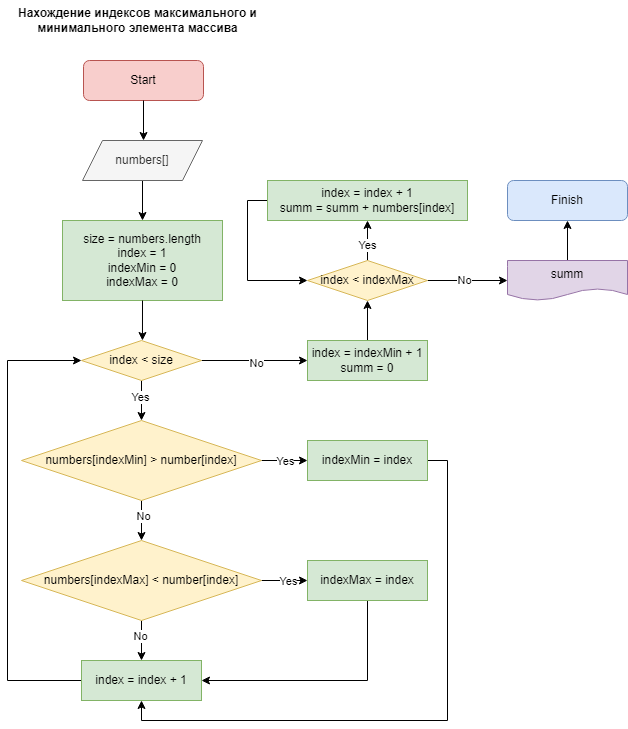
The draw.io diagram T1S2/home3.png in mgrom-dev/gb, before a commit. Source tidied: cells renumbered, new cells last; positions are measured from the earlier drawing's top-left corner, leaving out a move shared by most shapes.
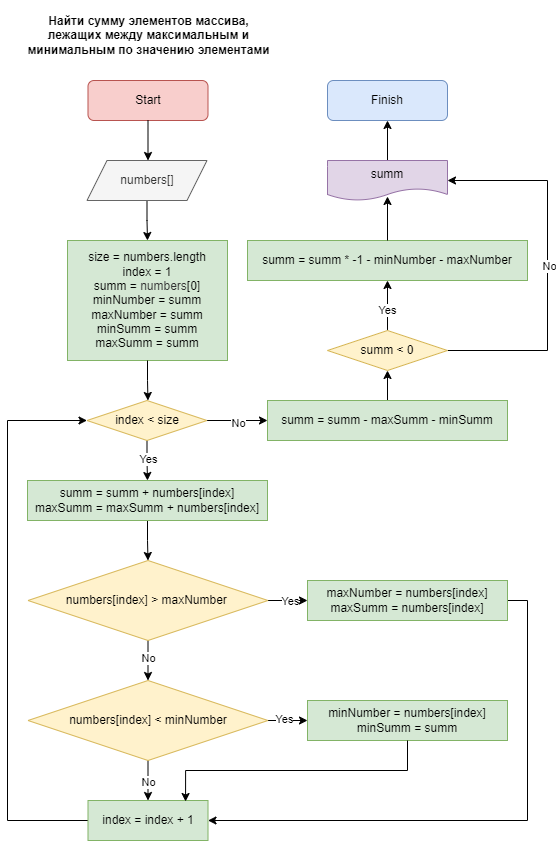
After the commit.

What changed in the source:
```diff
@@ -3,72 +3,57 @@
     <mxCell id="0" />
     <mxCell id="1" parent="0" />
     <mxCell id="2" value="Start" style="rounded=1;whiteSpace=wrap;html=1;fontSize=12;glass=0;strokeWidth=1;shadow=0;fillColor=#f8cecc;strokeColor=#b85450;" parent="1" vertex="1">
-      <mxGeometry x="76" y="60" width="120" height="40" as="geometry" />
+      <mxGeometry x="80.5" y="60" width="120" height="40" as="geometry" />
     </mxCell>
     <mxCell id="3" style="edgeStyle=orthogonalEdgeStyle;rounded=0;jettySize=auto;html=1;" parent="1" edge="1" source="4" target="9">
       <mxGeometry relative="1" as="geometry" />
     </mxCell>
     <mxCell id="4" value="numbers[]" style="shape=parallelogram;perimeter=parallelogramPerimeter;whiteSpace=wrap;html=1;fixedSize=1;fillColor=#f5f5f5;fontColor=#333333;strokeColor=#666666;" parent="1" vertex="1">
-      <mxGeometry x="75" y="140" width="120" height="40" as="geometry" />
+      <mxGeometry x="79.5" y="140" width="120" height="40" as="geometry" />
     </mxCell>
     <mxCell id="5" style="edgeStyle=orthogonalEdgeStyle;rounded=0;jettySize=auto;html=1;exitX=0.5;exitY=0;exitDx=0;exitDy=0;entryX=0.5;entryY=1;entryDx=0;entryDy=0;" parent="1" edge="1" source="6" target="7">
       <mxGeometry relative="1" as="geometry" />
     </mxCell>
     <mxCell id="6" value="summ" style="shape=document;whiteSpace=wrap;html=1;boundedLbl=1;fillColor=#e1d5e7;strokeColor=#9673a6;" parent="1" vertex="1">
-      <mxGeometry x="500" y="260" width="120" height="40" as="geometry" />
+      <mxGeometry x="320" y="140" width="120" height="40" as="geometry" />
     </mxCell>
     <mxCell id="7" value="Finish" style="rounded=1;whiteSpace=wrap;html=1;fillColor=#dae8fc;strokeColor=#6c8ebf;" parent="1" vertex="1">
-      <mxGeometry x="500" y="180" width="120" height="40" as="geometry" />
+      <mxGeometry x="320" y="60" width="120" height="40" as="geometry" />
     </mxCell>
-    <mxCell id="8" value="Нахождение индексов максимального и &lt;br&gt;минимального элемента массива" style="text;html=1;align=center;verticalAlign=middle;strokeColor=none;fillColor=none;fontStyle=1;" parent="1" vertex="1">
-      <mxGeometry width="260" height="40" as="geometry" />
+    <mxCell id="8" value="Найти сумму элементов массива, &lt;br&gt;лежащих между максимальным и &lt;br&gt;минимальным по значению элементами" style="text;html=1;align=center;verticalAlign=middle;strokeColor=none;fillColor=none;fontStyle=1;" parent="1" vertex="1">
+      <mxGeometry x="5.5" y="-20" width="270" height="70" as="geometry" />
     </mxCell>
-    <mxCell id="9" value="size = numbers.length&lt;br&gt;index = 1&lt;br&gt;indexMin = 0&lt;br&gt;indexMax = 0" style="whiteSpace=wrap;html=1;fillColor=#d5e8d4;strokeColor=#82b366;" parent="1" vertex="1">
-      <mxGeometry x="55" y="220" width="160" height="80" as="geometry" />
+    <mxCell id="9" value="size = numbers.length&lt;br&gt;index = 1&lt;br&gt;summ =&amp;nbsp;&lt;span style=&quot;color: rgb(51, 51, 51);&quot;&gt;numbers&lt;/span&gt;&lt;span style=&quot;background-color: initial;&quot;&gt;[0]&lt;br&gt;&lt;/span&gt;minNumber =&amp;nbsp;summ&lt;span style=&quot;background-color: initial;&quot;&gt;&lt;br&gt;&lt;/span&gt;maxNumber =&amp;nbsp;summ&lt;span style=&quot;background-color: initial;&quot;&gt;&lt;br&gt;&lt;/span&gt;minSumm =&amp;nbsp;summ&lt;span style=&quot;background-color: initial;&quot;&gt;&lt;br&gt;&lt;/span&gt;&lt;span style=&quot;background-color: initial;&quot;&gt;maxSumm =&amp;nbsp;&lt;/span&gt;summ&lt;span style=&quot;background-color: initial;&quot;&gt;&lt;br&gt;&lt;/span&gt;" style="whiteSpace=wrap;html=1;fillColor=#d5e8d4;strokeColor=#82b366;" parent="1" vertex="1">
+      <mxGeometry x="60" y="220" width="160" height="120" as="geometry" />
     </mxCell>
     <mxCell id="10" style="endArrow=classic;html=1;rounded=0;" parent="1" edge="1" source="2">
       <mxGeometry relative="1" as="geometry">
-        <mxPoint x="136" y="140" as="targetPoint" />
+        <mxPoint x="140.5" y="140" as="targetPoint" />
       </mxGeometry>
     </mxCell>
-    <mxCell id="11" style="edgeStyle=orthogonalEdgeStyle;rounded=0;jettySize=auto;html=1;exitX=0.5;exitY=1;exitDx=0;exitDy=0;entryX=0.5;entryY=0;entryDx=0;entryDy=0;" parent="1" edge="1" source="15" target="20">
-      <mxGeometry relative="1" as="geometry" />
-    </mxCell>
-    <mxCell id="12" value="Yes" style="edgeLabel;html=1;align=center;verticalAlign=middle;" parent="11" vertex="1">
-      <mxGeometry x="-0.2" y="-2" relative="1" as="geometry" />
-    </mxCell>
     <mxCell id="13" style="edgeStyle=orthogonalEdgeStyle;rounded=0;jettySize=auto;html=1;exitX=1;exitY=0.5;exitDx=0;exitDy=0;" parent="1" edge="1" source="15" target="34">
       <mxGeometry relative="1" as="geometry" />
     </mxCell>
     <mxCell id="14" value="No" style="edgeLabel;html=1;align=center;verticalAlign=middle;" parent="13" vertex="1">
       <mxGeometry x="0.02" y="-2" relative="1" as="geometry" />
     </mxCell>
+    <mxCell id="42" style="edgeStyle=orthogonalEdgeStyle;rounded=0;jettySize=auto;html=1;exitX=0.5;exitY=1;exitDx=0;exitDy=0;entryX=0.5;entryY=0;entryDx=0;entryDy=0;" parent="1" edge="1" source="15" target="23">
+      <mxGeometry relative="1" as="geometry" />
+    </mxCell>
+    <mxCell id="43" value="Yes" style="edgeLabel;html=1;align=center;verticalAlign=middle;" parent="42" vertex="1">
+      <mxGeometry x="-0.11" y="1" relative="1" as="geometry" />
+    </mxCell>
     <mxCell id="15" value="index &amp;lt; size" style="rhombus;whiteSpace=wrap;html=1;fillColor=#fff2cc;strokeColor=#d6b656;" parent="1" vertex="1">
-      <mxGeometry x="74" y="340" width="120" height="40" as="geometry" />
+      <mxGeometry x="79.5" y="380" width="120" height="40" as="geometry" />
     </mxCell>
-    <mxCell id="16" style="edgeStyle=orthogonalEdgeStyle;rounded=0;jettySize=auto;html=1;exitX=1;exitY=0.5;exitDx=0;exitDy=0;entryX=0;entryY=0.5;entryDx=0;entryDy=0;" parent="1" edge="1" source="20" target="23">
-      <mxGeometry relative="1" as="geometry" />
-    </mxCell>
-    <mxCell id="17" value="Yes" style="edgeLabel;html=1;align=center;verticalAlign=middle;" parent="16" vertex="1">
-      <mxGeometry relative="1" as="geometry" />
-    </mxCell>
-    <mxCell id="18" style="edgeStyle=orthogonalEdgeStyle;rounded=0;jettySize=auto;html=1;exitX=0.5;exitY=1;exitDx=0;exitDy=0;entryX=0.5;entryY=0;entryDx=0;entryDy=0;" parent="1" edge="1" source="20" target="28">
-      <mxGeometry relative="1" as="geometry" />
-    </mxCell>
-    <mxCell id="19" value="No" style="edgeLabel;html=1;align=center;verticalAlign=middle;" parent="18" vertex="1">
-      <mxGeometry x="-0.25" y="1" relative="1" as="geometry" />
-    </mxCell>
-    <mxCell id="20" value="numbers[indexMin] &amp;gt; number[index]" style="rhombus;whiteSpace=wrap;html=1;fillColor=#fff2cc;strokeColor=#d6b656;" parent="1" vertex="1">
-      <mxGeometry x="14" y="420" width="240" height="80" as="geometry" />
-    </mxCell>
     <mxCell id="21" style="edgeStyle=orthogonalEdgeStyle;rounded=0;jettySize=auto;html=1;exitX=0.5;exitY=1;exitDx=0;exitDy=0;entryX=0.508;entryY=0;entryDx=0;entryDy=0;entryPerimeter=0;" parent="1" edge="1" source="9" target="15">
       <mxGeometry relative="1" as="geometry" />
     </mxCell>
-    <mxCell id="22" style="edgeStyle=orthogonalEdgeStyle;rounded=0;jettySize=auto;html=1;exitX=1;exitY=0.5;exitDx=0;exitDy=0;entryX=0.5;entryY=1;entryDx=0;entryDy=0;" parent="1" edge="1" source="23" target="32">
-      <mxGeometry relative="1" as="geometry" />
-    </mxCell>
+    <mxCell id="44" style="edgeStyle=orthogonalEdgeStyle;rounded=0;jettySize=auto;html=1;exitX=0.5;exitY=1;exitDx=0;exitDy=0;entryX=0.5;entryY=0;entryDx=0;entryDy=0;" parent="1" edge="1" source="23" target="28">
+      <mxGeometry relative="1" as="geometry" />
+    </mxCell>
-    <mxCell id="23" value="indexMin = index" style="whiteSpace=wrap;html=1;fillColor=#d5e8d4;strokeColor=#82b366;" parent="1" vertex="1">
-      <mxGeometry x="300" y="440" width="120" height="40" as="geometry" />
+    <mxCell id="23" value="summ = summ + numbers[index]&lt;br&gt;maxSumm = maxSumm&amp;nbsp;+ numbers[index]" style="whiteSpace=wrap;html=1;fillColor=#d5e8d4;strokeColor=#82b366;" parent="1" vertex="1">
+      <mxGeometry x="20" y="460" width="240" height="40" as="geometry" />
     </mxCell>
     <mxCell id="24" style="edgeStyle=orthogonalEdgeStyle;rounded=0;jettySize=auto;html=1;exitX=1;exitY=0.5;exitDx=0;exitDy=0;entryX=0;entryY=0.5;entryDx=0;entryDy=0;" parent="1" edge="1" source="28" target="30">
       <mxGeometry relative="1" as="geometry" />
@@ -76,37 +61,26 @@
     <mxCell id="25" value="Yes" style="edgeLabel;html=1;align=center;verticalAlign=middle;" parent="24" vertex="1">
       <mxGeometry x="0.13" relative="1" as="geometry" />
     </mxCell>
-    <mxCell id="26" style="edgeStyle=orthogonalEdgeStyle;rounded=0;jettySize=auto;html=1;exitX=0.5;exitY=1;exitDx=0;exitDy=0;entryX=0.5;entryY=0;entryDx=0;entryDy=0;" parent="1" edge="1" source="28" target="32">
-      <mxGeometry relative="1" as="geometry" />
-    </mxCell>
-    <mxCell id="27" value="No" style="edgeLabel;html=1;align=center;verticalAlign=middle;" parent="26" vertex="1">
-      <mxGeometry x="-0.25" y="-2" relative="1" as="geometry" />
-    </mxCell>
+    <mxCell id="45" style="edgeStyle=orthogonalEdgeStyle;rounded=0;jettySize=auto;html=1;exitX=0.5;exitY=1;exitDx=0;exitDy=0;entryX=0.5;entryY=0;entryDx=0;entryDy=0;" parent="1" edge="1" source="28" target="52">
+      <mxGeometry relative="1" as="geometry" />
+    </mxCell>
+    <mxCell id="46" value="No" style="edgeLabel;html=1;align=center;verticalAlign=middle;" parent="45" vertex="1">
+      <mxGeometry x="-0.15" relative="1" as="geometry" />
+    </mxCell>
-    <mxCell id="28" value="numbers[indexMax] &amp;lt; number[index]" style="rhombus;whiteSpace=wrap;html=1;fillColor=#fff2cc;strokeColor=#d6b656;" parent="1" vertex="1">
-      <mxGeometry x="14" y="540" width="240" height="80" as="geometry" />
+    <mxCell id="28" value="numbers[index] &amp;gt; maxNumber&amp;nbsp;" style="rhombus;whiteSpace=wrap;html=1;fillColor=#fff2cc;strokeColor=#d6b656;" parent="1" vertex="1">
+      <mxGeometry x="20.5" y="540" width="240" height="80" as="geometry" />
     </mxCell>
-    <mxCell id="29" style="edgeStyle=orthogonalEdgeStyle;rounded=0;jettySize=auto;html=1;exitX=0.5;exitY=1;exitDx=0;exitDy=0;entryX=1;entryY=0.5;entryDx=0;entryDy=0;" parent="1" edge="1" source="30" target="32">
+    <mxCell id="29" style="edgeStyle=orthogonalEdgeStyle;rounded=0;jettySize=auto;html=1;exitX=1;exitY=0.5;exitDx=0;exitDy=0;entryX=1;entryY=0.5;entryDx=0;entryDy=0;" parent="1" edge="1" source="30" target="32">
       <mxGeometry relative="1" as="geometry" />
     </mxCell>
-    <mxCell id="30" value="indexMax = index" style="whiteSpace=wrap;html=1;fillColor=#d5e8d4;strokeColor=#82b366;" parent="1" vertex="1">
-      <mxGeometry x="300" y="560" width="120" height="40" as="geometry" />
+    <mxCell id="30" value="maxNumber&amp;nbsp;= numbers[index]&lt;br&gt;maxSumm = numbers[index]" style="whiteSpace=wrap;html=1;fillColor=#d5e8d4;strokeColor=#82b366;" parent="1" vertex="1">
+      <mxGeometry x="300" y="560" width="200" height="40" as="geometry" />
     </mxCell>
-    <mxCell id="31" style="edgeStyle=orthogonalEdgeStyle;rounded=0;jettySize=auto;html=1;exitX=0;exitY=0.5;exitDx=0;exitDy=0;entryX=0;entryY=0.5;entryDx=0;entryDy=0;" parent="1" edge="1" source="32" target="15">
-      <mxGeometry relative="1" as="geometry">
-        <Array as="points">
-          <mxPoint y="680" />
-          <mxPoint y="360" />
-        </Array>
-      </mxGeometry>
-    </mxCell>
-    <mxCell id="32" value="index = index + 1" style="whiteSpace=wrap;html=1;fillColor=#d5e8d4;strokeColor=#82b366;" parent="1" vertex="1">
-      <mxGeometry x="74" y="660" width="120" height="40" as="geometry" />
-    </mxCell>
     <mxCell id="33" style="edgeStyle=orthogonalEdgeStyle;rounded=0;jettySize=auto;html=1;exitX=0.5;exitY=0;exitDx=0;exitDy=0;entryX=0.5;entryY=1;entryDx=0;entryDy=0;" parent="1" edge="1" source="34" target="39">
       <mxGeometry relative="1" as="geometry" />
     </mxCell>
-    <mxCell id="34" value="index = indexMin&amp;nbsp;+ 1&lt;br&gt;summ = 0" style="whiteSpace=wrap;html=1;fillColor=#d5e8d4;strokeColor=#82b366;" parent="1" vertex="1">
-      <mxGeometry x="300" y="340" width="120" height="40" as="geometry" />
+    <mxCell id="34" value="summ = summ - maxSumm - minSumm" style="whiteSpace=wrap;html=1;fillColor=#d5e8d4;strokeColor=#82b366;" parent="1" vertex="1">
+      <mxGeometry x="260" y="380" width="240" height="40" as="geometry" />
     </mxCell>
     <mxCell id="35" style="edgeStyle=orthogonalEdgeStyle;rounded=0;jettySize=auto;html=1;exitX=0.5;exitY=0;exitDx=0;exitDy=0;entryX=0.5;entryY=1;entryDx=0;entryDy=0;" parent="1" edge="1" source="39" target="41">
       <mxGeometry relative="1" as="geometry" />
@@ -114,20 +88,59 @@
     <mxCell id="36" value="Yes" style="edgeLabel;html=1;align=center;verticalAlign=middle;" parent="35" vertex="1">
       <mxGeometry x="-0.18" y="1" relative="1" as="geometry" />
     </mxCell>
-    <mxCell id="37" style="edgeStyle=orthogonalEdgeStyle;rounded=0;jettySize=auto;html=1;exitX=1;exitY=0.5;exitDx=0;exitDy=0;entryX=0;entryY=0.5;entryDx=0;entryDy=0;" parent="1" edge="1" source="39" target="6">
-      <mxGeometry relative="1" as="geometry" />
+    <mxCell id="37" style="edgeStyle=orthogonalEdgeStyle;rounded=0;jettySize=auto;html=1;exitX=1;exitY=0.5;exitDx=0;exitDy=0;entryX=1;entryY=0.5;entryDx=0;entryDy=0;" parent="1" edge="1" source="39" target="6">
+      <mxGeometry relative="1" as="geometry">
+        <Array as="points">
+          <mxPoint x="540" y="330" />
+          <mxPoint x="540" y="160" />
+        </Array>
+      </mxGeometry>
     </mxCell>
-    <mxCell id="38" value="No" style="edgeLabel;html=1;align=center;verticalAlign=middle;" parent="37" vertex="1">
-      <mxGeometry x="-0.1" y="1" relative="1" as="geometry" />
-    </mxCell>
+    <mxCell id="47" value="No" style="edgeLabel;html=1;align=center;verticalAlign=middle;" parent="37" vertex="1">
+      <mxGeometry y="-1" relative="1" as="geometry" />
+    </mxCell>
-    <mxCell id="39" value="index &amp;lt; indexMax" style="rhombus;whiteSpace=wrap;html=1;fillColor=#fff2cc;strokeColor=#d6b656;" parent="1" vertex="1">
-      <mxGeometry x="300" y="260" width="120" height="40" as="geometry" />
+    <mxCell id="39" value="summ &amp;lt; 0" style="rhombus;whiteSpace=wrap;html=1;fillColor=#fff2cc;strokeColor=#d6b656;" parent="1" vertex="1">
+      <mxGeometry x="320" y="310" width="120" height="40" as="geometry" />
     </mxCell>
-    <mxCell id="40" style="edgeStyle=orthogonalEdgeStyle;rounded=0;jettySize=auto;html=1;exitX=0;exitY=0.5;exitDx=0;exitDy=0;entryX=0;entryY=0.5;entryDx=0;entryDy=0;" parent="1" edge="1" source="41" target="39">
-      <mxGeometry relative="1" as="geometry" />
-    </mxCell>
-    <mxCell id="41" value="index = index + 1&lt;br&gt;summ = summ + numbers[index]" style="whiteSpace=wrap;html=1;fillColor=#d5e8d4;strokeColor=#82b366;" parent="1" vertex="1">
-      <mxGeometry x="260" y="180" width="200" height="40" as="geometry" />
+    <mxCell id="41" value="summ =&amp;nbsp;summ * -1 - minNumber - maxNumber" style="whiteSpace=wrap;html=1;fillColor=#d5e8d4;strokeColor=#82b366;" parent="1" vertex="1">
+      <mxGeometry x="240" y="220" width="280" height="40" as="geometry" />
     </mxCell>
+    <mxCell id="48" style="edgeStyle=orthogonalEdgeStyle;rounded=0;jettySize=auto;html=1;exitX=1;exitY=0.5;exitDx=0;exitDy=0;entryX=0;entryY=0.5;entryDx=0;entryDy=0;" parent="1" edge="1" source="52" target="53">
+      <mxGeometry relative="1" as="geometry" />
+    </mxCell>
+    <mxCell id="49" value="Yes" style="edgeLabel;html=1;align=center;verticalAlign=middle;" parent="48" vertex="1">
+      <mxGeometry x="-0.22" y="2" relative="1" as="geometry">
+        <mxPoint x="1" as="offset" />
+      </mxGeometry>
+    </mxCell>
+    <mxCell id="50" style="edgeStyle=orthogonalEdgeStyle;rounded=0;jettySize=auto;html=1;exitX=0.5;exitY=1;exitDx=0;exitDy=0;entryX=0.5;entryY=0;entryDx=0;entryDy=0;" parent="1" edge="1" source="52" target="32">
+      <mxGeometry relative="1" as="geometry" />
+    </mxCell>
+    <mxCell id="51" value="No" style="edgeLabel;html=1;align=center;verticalAlign=middle;" parent="50" vertex="1">
+      <mxGeometry x="0.05" relative="1" as="geometry" />
+    </mxCell>
+    <mxCell id="52" value="numbers[index] &amp;lt; minNumber" style="rhombus;whiteSpace=wrap;html=1;fillColor=#fff2cc;strokeColor=#d6b656;" parent="1" vertex="1">
+      <mxGeometry x="20.5" y="660" width="240" height="80" as="geometry" />
+    </mxCell>
+    <mxCell id="53" value="minNumber&amp;nbsp;= numbers[index]&lt;br&gt;minSumm = summ" style="whiteSpace=wrap;html=1;fillColor=#d5e8d4;strokeColor=#82b366;" parent="1" vertex="1">
+      <mxGeometry x="300" y="680" width="200" height="40" as="geometry" />
+    </mxCell>
+    <mxCell id="31" style="edgeStyle=orthogonalEdgeStyle;rounded=0;jettySize=auto;html=1;exitX=0;exitY=0.5;exitDx=0;exitDy=0;entryX=0;entryY=0.5;entryDx=0;entryDy=0;" parent="1" edge="1" source="32" target="15">
+      <mxGeometry relative="1" as="geometry">
+        <Array as="points">
+          <mxPoint y="800" />
+          <mxPoint y="400" />
+        </Array>
+      </mxGeometry>
+    </mxCell>
+    <mxCell id="32" value="index = index + 1" style="whiteSpace=wrap;html=1;fillColor=#d5e8d4;strokeColor=#82b366;" parent="1" vertex="1">
+      <mxGeometry x="80.5" y="780" width="120" height="40" as="geometry" />
+    </mxCell>
+    <mxCell id="54" style="edgeStyle=orthogonalEdgeStyle;rounded=0;jettySize=auto;html=1;exitX=0.5;exitY=1;exitDx=0;exitDy=0;entryX=0.813;entryY=0.025;entryDx=0;entryDy=0;entryPerimeter=0;" parent="1" edge="1" source="53" target="32">
+      <mxGeometry relative="1" as="geometry" />
+    </mxCell>
+    <mxCell id="55" style="edgeStyle=orthogonalEdgeStyle;rounded=0;jettySize=auto;html=1;exitX=0.5;exitY=0;exitDx=0;exitDy=0;entryX=0.5;entryY=0.9;entryDx=0;entryDy=0;entryPerimeter=0;" parent="1" edge="1" source="41" target="6">
+      <mxGeometry relative="1" as="geometry" />
+    </mxCell>
   </root>
 </mxGraphModel>
```
